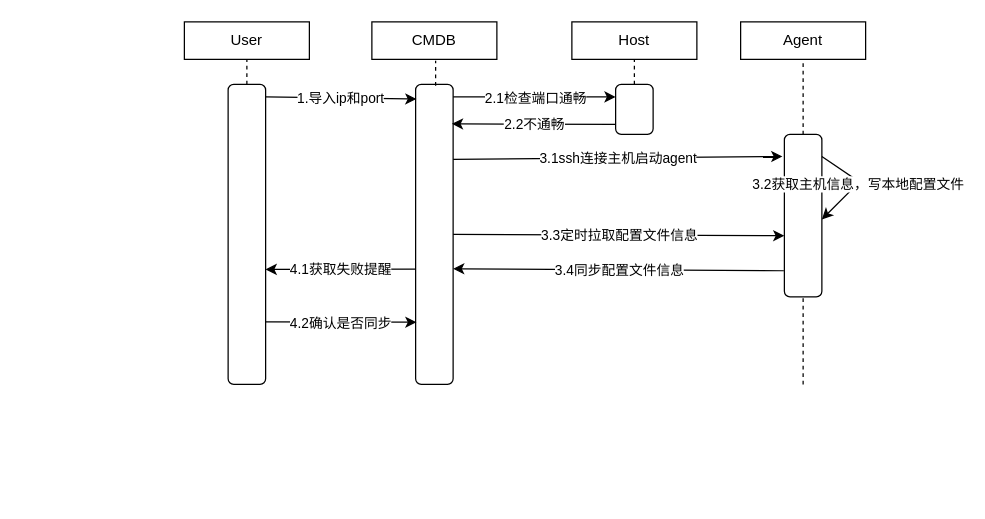
The draw.io diagram 运维平台架构图.drawio in katechun/draw.io, before the edit. Source tidied: cells renumbered, new cells numbered last; positions are measured from the earlier drawing's top-left corner, leaving out a move shared by most shapes. Both pictures are drawn from the tidied source at 125%, with x=0, y=0 at pixel (184, 21).
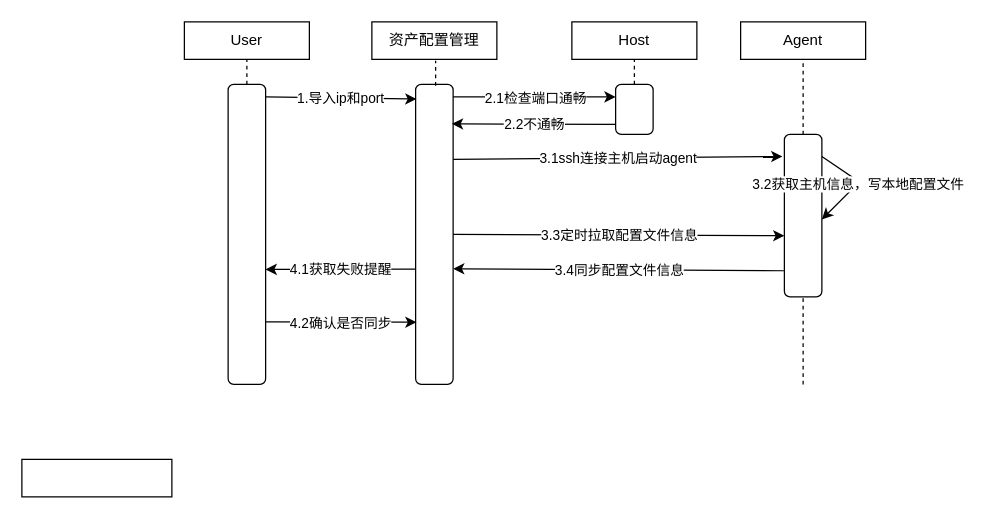
After the change.

Commit message:
Update 运维平台架构图.drawio

The change refers to these unchanged cells:
```xml
<mxCell id="2" style="group;" parent="1" vertex="1">
  <mxGeometry width="545" height="290" as="geometry" />
</mxCell>
```

The edit, as a diff of the source:
```diff
@@
-    <mxCell id="4" value="CMDB" style="rounded=0;whiteSpace=wrap;html=1;shadow=0;glass=0;sketch=0;" parent="2" vertex="1">
+    <mxCell id="4" value="资产配置管理" style="rounded=0;whiteSpace=wrap;html=1;shadow=0;glass=0;sketch=0;" parent="2" vertex="1">
       <mxGeometry x="150" width="100" height="30" as="geometry" />
     </mxCell>
@@
+    <mxCell id="34" style="rounded=0;whiteSpace=wrap;html=1;" parent="1" vertex="1">
+      <mxGeometry x="-130" y="350" width="120" height="30" as="geometry" />
+    </mxCell>
```
